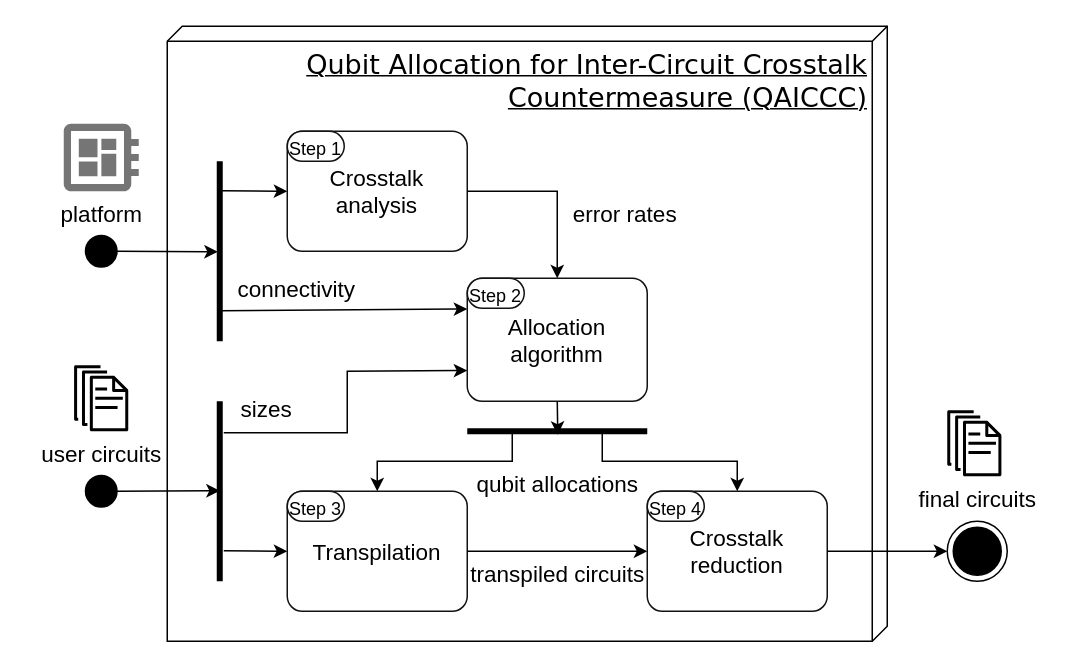
Earlier version of the draw.io diagram CrosstalkCM.drawio (yoann-marquer/Diagrams). Source tidied: cells renumbered, new cells numbered last; positions are measured from the earlier drawing's top-left corner, leaving out a move shared by most shapes. Both pictures are drawn from the tidied source at 150%, with x=0, y=0 at pixel (26, 26).
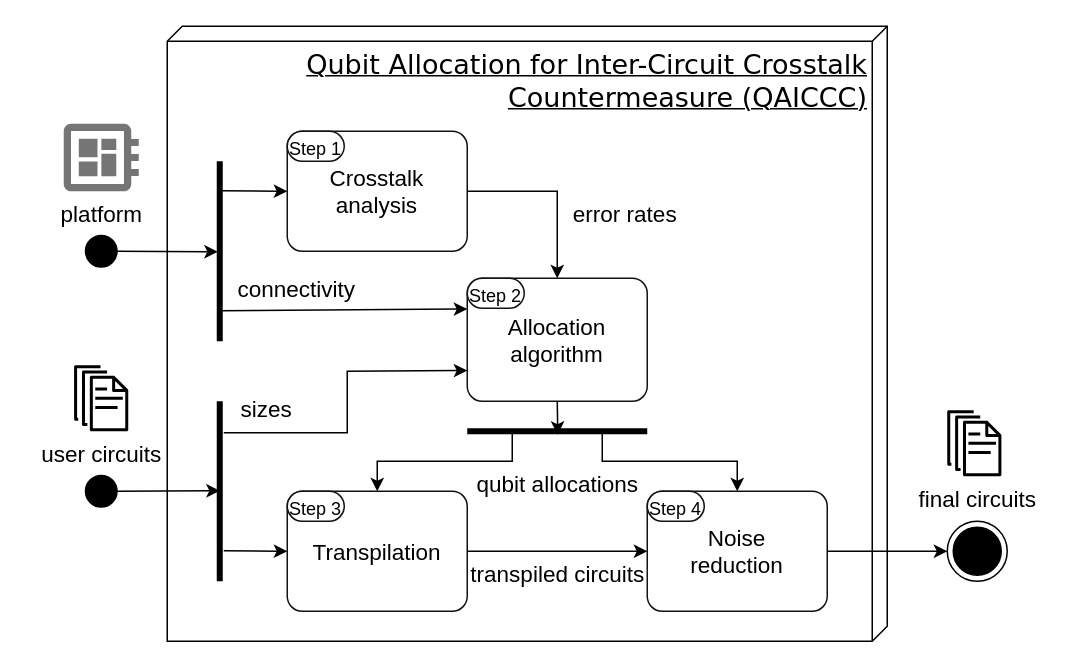
Above is the later version.

Diff of the diagram source:
```diff
@@
-    <mxCell id="15" value="&lt;div&gt;Crosstalk&lt;/div&gt;&lt;div&gt;reduction&lt;br&gt;&lt;/div&gt;" style="points=[[0.25,0,0],[0.5,0,0],[0.75,0,0],[1,0.25,0],[1,0.5,0],[1,0.75,0],[0.75,1,0],[0.5,1,0],[0.25,1,0],[0,0.75,0],[0,0.5,0],[0,0.25,0]];shape=mxgraph.bpmn.task;whiteSpace=wrap;rectStyle=rounded;size=10;html=1;taskMarker=abstract;strokeColor=#121212;fontSize=15;fillColor=#FFFFFF;" parent="1" vertex="1">
+    <mxCell id="15" value="&lt;div&gt;Noise&lt;/div&gt;&lt;div&gt;reduction&lt;br&gt;&lt;/div&gt;" style="points=[[0.25,0,0],[0.5,0,0],[0.75,0,0],[1,0.25,0],[1,0.5,0],[1,0.75,0],[0.75,1,0],[0.5,1,0],[0.25,1,0],[0,0.75,0],[0,0.5,0],[0,0.25,0]];shape=mxgraph.bpmn.task;whiteSpace=wrap;rectStyle=rounded;size=10;html=1;taskMarker=abstract;strokeColor=#121212;fontSize=15;fillColor=#FFFFFF;" parent="1" vertex="1">
       <mxGeometry x="414" y="310" width="120" height="80" as="geometry" />
     </mxCell>
```
